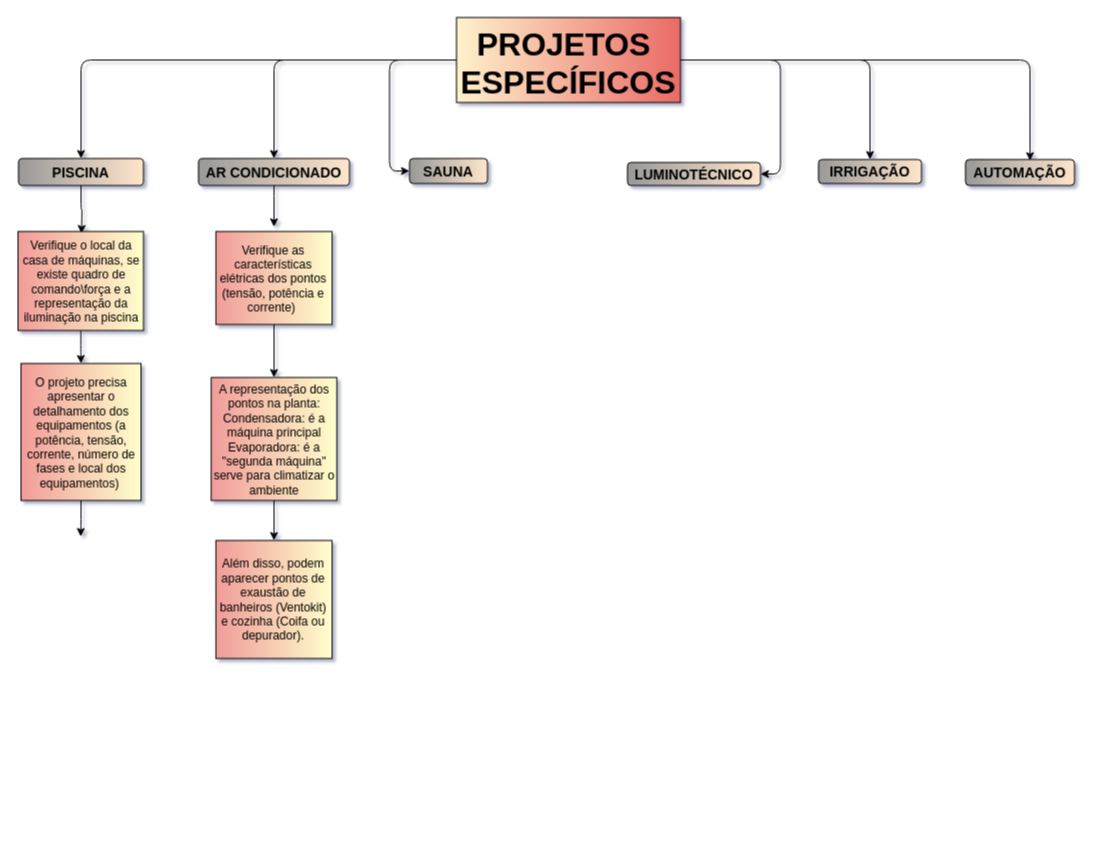
LuizGarcia22/firsttimedream keeps this draw.io diagram as Diagrama sem nome.drawio. Above is the earlier version. Source tidied: cells renumbered, new cells numbered last; positions are measured from the earlier drawing's top-left corner, leaving out a move shared by most shapes. Both pictures are drawn from the tidied source at 100%, with x=0, y=0 at pixel (18, 17).
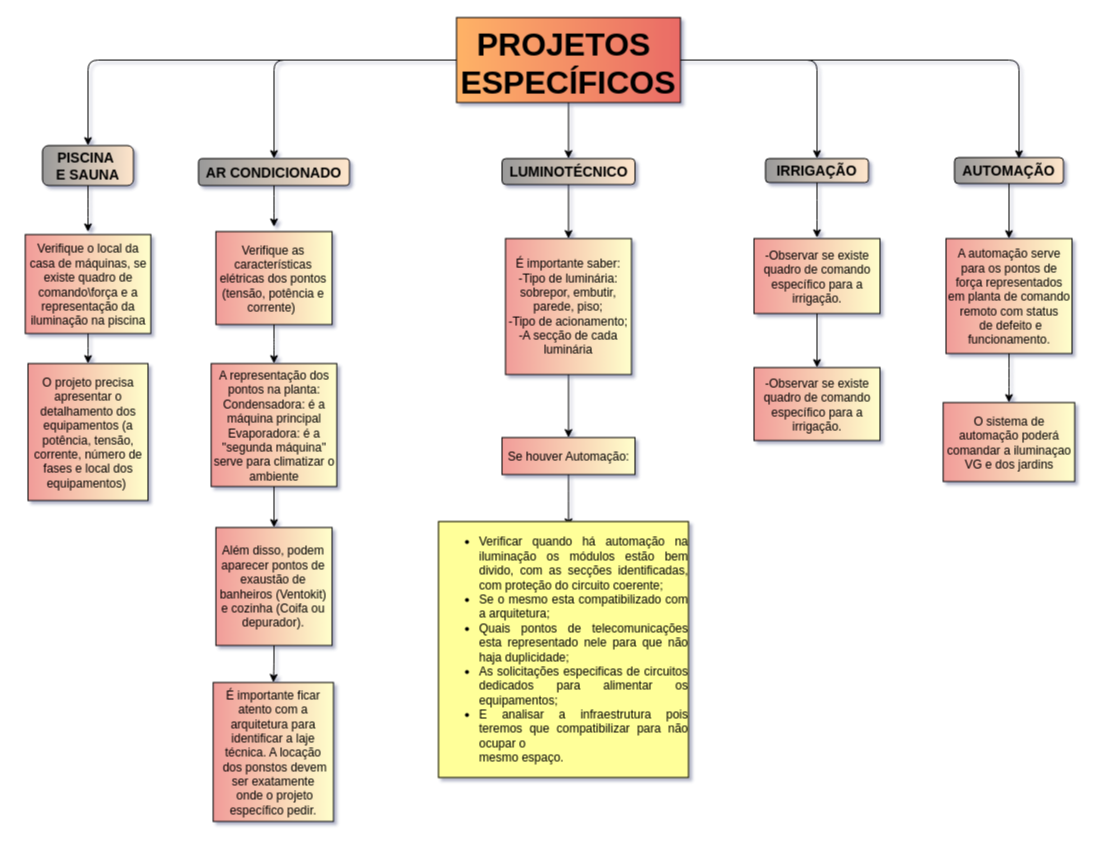
The same page after the edit.

What changed in the source:
```diff
@@
-    <mxCell id="4" style="edgeStyle=orthogonalEdgeStyle;rounded=1;jettySize=auto;html=1;entryX=0;entryY=0.5;entryDx=0;entryDy=0;strokeColor=#000000;fontSize=32;fontColor=#000000;" parent="1" edge="1" source="8" target="13">
-      <mxGeometry relative="1" as="geometry" />
-    </mxCell>
-    <mxCell id="5" style="edgeStyle=orthogonalEdgeStyle;rounded=1;jettySize=auto;html=1;entryX=1;entryY=0.5;entryDx=0;entryDy=0;strokeColor=#000000;fontSize=32;fontColor=#000000;" parent="1" edge="1" source="8" target="14">
-      <mxGeometry relative="1" as="geometry" />
-    </mxCell>
@@
+    <mxCell id="5" style="edgeStyle=orthogonalEdgeStyle;rounded=1;jettySize=auto;html=1;entryX=0.5;entryY=0;entryDx=0;entryDy=0;strokeColor=#000000;fontSize=12;fontColor=#000000;" parent="1" edge="1" source="8" target="14">
+      <mxGeometry relative="1" as="geometry">
+        <Array as="points">
+          <mxPoint x="550" y="97" />
+          <mxPoint x="550" y="97" />
+        </Array>
+      </mxGeometry>
+    </mxCell>
-    <mxCell id="8" value="PROJETOS &#10;ESPECÍFICOS" style="text;strokeColor=#000000;fillColor=#EA6B66;align=center;verticalAlign=middle;spacingLeft=4;spacingRight=4;overflow=hidden;points=[[0,0.5],[1,0.5]];portConstraint=eastwest;fontColor=#000000;fontStyle=1;fontSize=32;gradientColor=#FFF2CC;gradientDirection=west;" parent="1" vertex="1">
+    <mxCell id="8" value="PROJETOS &#10;ESPECÍFICOS" style="text;strokeColor=#000000;fillColor=#EA6B66;align=center;verticalAlign=middle;spacingLeft=4;spacingRight=4;overflow=hidden;points=[[0,0.5],[1,0.5]];portConstraint=eastwest;fontColor=#000000;fontStyle=1;fontSize=32;gradientColor=#FFB366;gradientDirection=west;" parent="1" vertex="1">
       <mxGeometry x="438" width="224" height="85" as="geometry" />
     </mxCell>
-    <mxCell id="9" style="edgeStyle=orthogonalEdgeStyle;rounded=1;jettySize=auto;html=1;strokeColor=#000000;fontSize=14;fontColor=#000000;" parent="1" edge="1" source="10">
-      <mxGeometry relative="1" as="geometry">
-        <mxPoint x="63" y="216" as="targetPoint" />
-      </mxGeometry>
-    </mxCell>
+    <mxCell id="27" style="edgeStyle=orthogonalEdgeStyle;rounded=1;jettySize=auto;html=1;strokeColor=#000000;fontSize=12;fontColor=#000000;" parent="1" edge="1" source="10">
+      <mxGeometry relative="1" as="geometry">
+        <mxPoint x="69.5" y="214.3" as="targetPoint" />
+      </mxGeometry>
+    </mxCell>
-    <mxCell id="10" value="PISCINA" style="rounded=1;whiteSpace=wrap;html=1;fontSize=14;fontColor=#000000;labelBackgroundColor=none;labelBorderColor=none;fillColor=#999999;strokeColor=#000000;gradientColor=#FFE6CC;gradientDirection=east;fontStyle=1;" parent="1" vertex="1">
-      <mxGeometry y="141" width="125" height="27" as="geometry" />
+    <mxCell id="10" value="PISCINA&amp;nbsp;&lt;br&gt;E SAUNA" style="rounded=1;whiteSpace=wrap;html=1;fontSize=14;fontColor=#000000;labelBackgroundColor=none;labelBorderColor=none;fillColor=#999999;strokeColor=#000000;gradientColor=#FFE6CC;gradientDirection=east;fontStyle=1;" parent="1" vertex="1">
+      <mxGeometry x="24" y="128" width="91" height="40" as="geometry" />
     </mxCell>
@@
-    <mxCell id="13" value="SAUNA" style="rounded=1;whiteSpace=wrap;html=1;fontSize=14;fontColor=#000000;labelBackgroundColor=none;labelBorderColor=none;fillColor=#999999;strokeColor=#000000;gradientColor=#FFE6CC;gradientDirection=east;fontStyle=1;" parent="1" vertex="1">
-      <mxGeometry x="391" y="141" width="78" height="25" as="geometry" />
-    </mxCell>
+    <mxCell id="28" style="edgeStyle=orthogonalEdgeStyle;rounded=1;jettySize=auto;html=1;entryX=0.5;entryY=0;entryDx=0;entryDy=0;strokeColor=#000000;fontSize=12;fontColor=#000000;" parent="1" edge="1" source="14" target="34">
+      <mxGeometry relative="1" as="geometry" />
+    </mxCell>
     <mxCell id="14" value="LUMINOTÉCNICO" style="rounded=1;whiteSpace=wrap;html=1;fontSize=14;fontColor=#000000;labelBackgroundColor=none;labelBorderColor=none;fillColor=#999999;strokeColor=#000000;gradientColor=#FFE6CC;gradientDirection=east;fontStyle=1;" parent="1" vertex="1">
-      <mxGeometry x="609" y="145" width="133" height="23" as="geometry" />
+      <mxGeometry x="483.5" y="141" width="133" height="26" as="geometry" />
     </mxCell>
@@
+    <mxCell id="29" style="edgeStyle=orthogonalEdgeStyle;rounded=1;jettySize=auto;html=1;strokeColor=#000000;fontFamily=Helvetica;fontSize=12;fontColor=#000000;" parent="1" edge="1" source="16">
+      <mxGeometry relative="1" as="geometry">
+        <mxPoint x="798.5" y="220.2" as="targetPoint" />
+      </mxGeometry>
+    </mxCell>
     <mxCell id="16" value="IRRIGAÇÃO" style="rounded=1;whiteSpace=wrap;html=1;fontSize=14;fontColor=#000000;labelBackgroundColor=none;labelBorderColor=none;fillColor=#999999;strokeColor=#000000;gradientColor=#FFE6CC;gradientDirection=east;fontStyle=1;" parent="1" vertex="1">
-      <mxGeometry x="800" y="142" width="103" height="24" as="geometry" />
+      <mxGeometry x="747" y="141" width="103" height="24" as="geometry" />
     </mxCell>
+    <mxCell id="30" style="edgeStyle=orthogonalEdgeStyle;rounded=1;jettySize=auto;html=1;strokeColor=#000000;fontFamily=Helvetica;fontSize=12;fontColor=#000000;" parent="1" edge="1" source="17" target="42">
+      <mxGeometry relative="1" as="geometry" />
+    </mxCell>
     <mxCell id="17" value="AUTOMAÇÃO" style="rounded=1;whiteSpace=wrap;html=1;fontSize=14;fontColor=#000000;labelBackgroundColor=none;labelBorderColor=none;fillColor=#999999;strokeColor=#000000;gradientColor=#FFE6CC;gradientDirection=east;fontStyle=1;" parent="1" vertex="1">
-      <mxGeometry x="947" y="142" width="109" height="26" as="geometry" />
+      <mxGeometry x="936" y="140" width="109" height="26" as="geometry" />
     </mxCell>
@@
     <mxCell id="19" value="Verifique o local da casa de máquinas, se existe quadro de comando\força e a representação da iluminação na piscina" style="rounded=0;whiteSpace=wrap;html=1;labelBackgroundColor=none;labelBorderColor=none;strokeColor=#000000;fontSize=12;fontColor=#000000;fillColor=#FFFFCC;gradientColor=#F19C99;gradientDirection=west;" parent="1" vertex="1">
-      <mxGeometry x="-0.5" y="214" width="125.5" height="99" as="geometry" />
+      <mxGeometry x="6.8" y="217" width="125.5" height="99" as="geometry" />
     </mxCell>
-    <mxCell id="20" style="edgeStyle=orthogonalEdgeStyle;rounded=1;jettySize=auto;html=1;strokeColor=#000000;fontSize=12;fontColor=#000000;" parent="1" edge="1" source="21">
-      <mxGeometry relative="1" as="geometry">
-        <mxPoint x="62.2" y="519" as="targetPoint" />
-      </mxGeometry>
-    </mxCell>
     <mxCell id="21" value="O projeto precisa apresentar o detalhamento dos equipamentos (a potência, tensão, corrente, número de fases e local dos equipamentos)&amp;nbsp;" style="rounded=0;whiteSpace=wrap;html=1;labelBackgroundColor=none;labelBorderColor=none;strokeColor=#000000;fontSize=12;fontColor=#000000;fillColor=#FFFFCC;gradientColor=#F19C99;gradientDirection=west;" parent="1" vertex="1">
-      <mxGeometry x="2.5" y="346" width="120" height="137" as="geometry" />
+      <mxGeometry x="9.5" y="346" width="120" height="137" as="geometry" />
     </mxCell>
@@
     <mxCell id="25" value="A representação dos pontos na planta:&lt;br&gt;Condensadora: é a máquina principal&lt;br&gt;Evaporadora: é a &quot;segunda máquina&quot; serve para climatizar o ambiente" style="rounded=0;whiteSpace=wrap;html=1;labelBackgroundColor=none;labelBorderColor=none;strokeColor=#000000;fontSize=12;fontColor=#000000;fillColor=#FFFFCC;gradientColor=#F19C99;gradientDirection=west;" parent="1" vertex="1">
-      <mxGeometry x="192.7" y="360" width="125.6" height="123" as="geometry" />
+      <mxGeometry x="192.7" y="346" width="125.6" height="123" as="geometry" />
     </mxCell>
+    <mxCell id="31" style="edgeStyle=orthogonalEdgeStyle;rounded=1;jettySize=auto;html=1;strokeColor=#000000;fontSize=12;fontColor=#000000;" parent="1" edge="1" source="26" target="32">
+      <mxGeometry relative="1" as="geometry" />
+    </mxCell>
     <mxCell id="26" value="Além disso, podem aparecer pontos de exaustão de banheiros (Ventokit) e cozinha (Coifa ou depurador)." style="rounded=0;whiteSpace=wrap;html=1;labelBackgroundColor=none;labelBorderColor=none;strokeColor=#000000;fontSize=12;fontColor=#000000;fillColor=#FFFFCC;gradientColor=#F19C99;gradientDirection=west;" parent="1" vertex="1">
-      <mxGeometry x="197.4" y="523" width="116.2" height="118" as="geometry" />
+      <mxGeometry x="197.4" y="510" width="116.2" height="118" as="geometry" />
     </mxCell>
+    <mxCell id="32" value="É importante ficar atento com a arquitetura para identificar a laje técnica. A locação&lt;br&gt;&amp;nbsp;dos ponstos devem ser exatamente&lt;br&gt;&amp;nbsp;onde o projeto &lt;br&gt;específico pedir." style="rounded=0;whiteSpace=wrap;html=1;labelBackgroundColor=none;labelBorderColor=none;strokeColor=#000000;fontSize=12;fontColor=#000000;fillColor=#FFFFCC;gradientColor=#F19C99;gradientDirection=west;" parent="1" vertex="1">
+      <mxGeometry x="194.7" y="665" width="120.3" height="139" as="geometry" />
+    </mxCell>
+    <mxCell id="33" style="edgeStyle=orthogonalEdgeStyle;rounded=1;jettySize=auto;html=1;strokeColor=#000000;fontSize=12;fontColor=#000000;" parent="1" edge="1" source="34" target="36">
+      <mxGeometry relative="1" as="geometry" />
+    </mxCell>
+    <mxCell id="34" value="É importante saber:&lt;br&gt;-Tipo de luminária: sobrepor, embutir, parede, piso;&lt;br&gt;-Tipo de acionamento;&lt;br&gt;-A secção de cada luminária" style="rounded=0;whiteSpace=wrap;html=1;labelBackgroundColor=none;labelBorderColor=none;strokeColor=#000000;fontSize=12;fontColor=#000000;fillColor=#FFFFCC;gradientColor=#F19C99;gradientDirection=west;" parent="1" vertex="1">
+      <mxGeometry x="487" y="221" width="126" height="136" as="geometry" />
+    </mxCell>
+    <mxCell id="35" style="edgeStyle=orthogonalEdgeStyle;rounded=1;jettySize=auto;html=1;strokeColor=#000000;fontFamily=Helvetica;fontSize=12;fontColor=#000000;" parent="1" edge="1" source="36">
+      <mxGeometry relative="1" as="geometry">
+        <mxPoint x="550" y="509.3" as="targetPoint" />
+      </mxGeometry>
+    </mxCell>
+    <mxCell id="36" value="Se houver Automação:" style="rounded=0;whiteSpace=wrap;html=1;labelBackgroundColor=none;labelBorderColor=none;strokeColor=#000000;fontSize=12;fontColor=#000000;fillColor=#FFFFCC;gradientColor=#F19C99;gradientDirection=west;" parent="1" vertex="1">
+      <mxGeometry x="483.5" y="420" width="133" height="37" as="geometry" />
+    </mxCell>
+    <mxCell id="37" value="&lt;ul&gt;&lt;li style=&quot;text-align: justify;&quot;&gt;&lt;font style=&quot;font-size: 12px;&quot;&gt;Verificar quando há automação na iluminação os módulos&amp;nbsp;estão bem divido, com as secções identificadas, com proteção do circuito coerente;&lt;/font&gt;&lt;/li&gt;&lt;li style=&quot;text-align: justify;&quot;&gt;Se o &lt;span style=&quot;text-indent: -0.3in;&quot;&gt;mesmo esta compatibilizado com a arquitetura;&lt;/span&gt;&lt;/li&gt;&lt;li style=&quot;text-align: justify;&quot;&gt;Quais pontos de telecomunicações esta representado nele para que não haja duplicidade;&lt;/li&gt;&lt;li style=&quot;text-align: justify;&quot;&gt;As solicitações especificas de circuitos dedicados para alimentar os equipamentos;&lt;/li&gt;&lt;li&gt;&lt;div style=&quot;text-align: justify;&quot;&gt;E analisar a infraestrutura pois teremos que compatibilizar para não ocupar o&lt;/div&gt;&lt;div style=&quot;text-align: justify;&quot;&gt;mesmo espaço.&lt;/div&gt;&lt;/li&gt;&lt;/ul&gt;" style="text;html=1;strokeColor=none;fillColor=none;align=left;verticalAlign=middle;rounded=0;labelBackgroundColor=#FFFF99;labelBorderColor=#000000;fontSize=12;fontColor=#000000;whiteSpace=wrap;spacingTop=2;spacingLeft=1;spacingBottom=1;spacingRight=0;" parent="1" vertex="1">
+      <mxGeometry x="417" y="520" width="254" height="223" as="geometry" />
+    </mxCell>
+    <mxCell id="38" style="edgeStyle=orthogonalEdgeStyle;rounded=1;jettySize=auto;html=1;strokeColor=#000000;fontFamily=Helvetica;fontSize=12;fontColor=#000000;" parent="1" edge="1" source="39" target="40">
+      <mxGeometry relative="1" as="geometry" />
+    </mxCell>
+    <mxCell id="39" value="-Observar se existe quadro de comando específico para a irrigação." style="rounded=0;whiteSpace=wrap;html=1;labelBackgroundColor=none;labelBorderColor=none;strokeColor=#000000;fontSize=12;fontColor=#000000;fillColor=#FFFFCC;gradientColor=#F19C99;gradientDirection=west;" parent="1" vertex="1">
+      <mxGeometry x="735.5" y="221" width="126" height="75" as="geometry" />
+    </mxCell>
+    <mxCell id="40" value="-Observar se existe quadro de comando específico para a irrigação." style="rounded=0;whiteSpace=wrap;html=1;labelBackgroundColor=none;labelBorderColor=none;strokeColor=#000000;fontSize=12;fontColor=#000000;fillColor=#FFFFCC;gradientColor=#F19C99;gradientDirection=west;" parent="1" vertex="1">
+      <mxGeometry x="735.5" y="350" width="126" height="73" as="geometry" />
+    </mxCell>
+    <mxCell id="41" style="edgeStyle=orthogonalEdgeStyle;rounded=1;jettySize=auto;html=1;strokeColor=#000000;fontFamily=Helvetica;fontSize=12;fontColor=#000000;" parent="1" edge="1" source="42" target="43">
+      <mxGeometry relative="1" as="geometry" />
+    </mxCell>
+    <mxCell id="42" value="A automação serve para os pontos de força representados em planta de comando remoto com status&lt;br&gt;&amp;nbsp;de defeito e funcionamento." style="rounded=0;whiteSpace=wrap;html=1;labelBackgroundColor=none;labelBorderColor=none;strokeColor=#000000;fontSize=12;fontColor=#000000;fillColor=#FFFFCC;gradientColor=#F19C99;gradientDirection=west;" parent="1" vertex="1">
+      <mxGeometry x="927.5" y="221" width="126" height="115" as="geometry" />
+    </mxCell>
+    <mxCell id="43" value="O sistema de automação poderá comandar a iluminaçao VG e dos jardins" style="rounded=0;whiteSpace=wrap;html=1;labelBackgroundColor=none;labelBorderColor=none;strokeColor=#000000;fontSize=12;fontColor=#000000;fillColor=#FFFFCC;gradientColor=#F19C99;gradientDirection=west;" parent="1" vertex="1">
+      <mxGeometry x="924.7" y="385" width="131.5" height="79" as="geometry" />
+    </mxCell>
```
